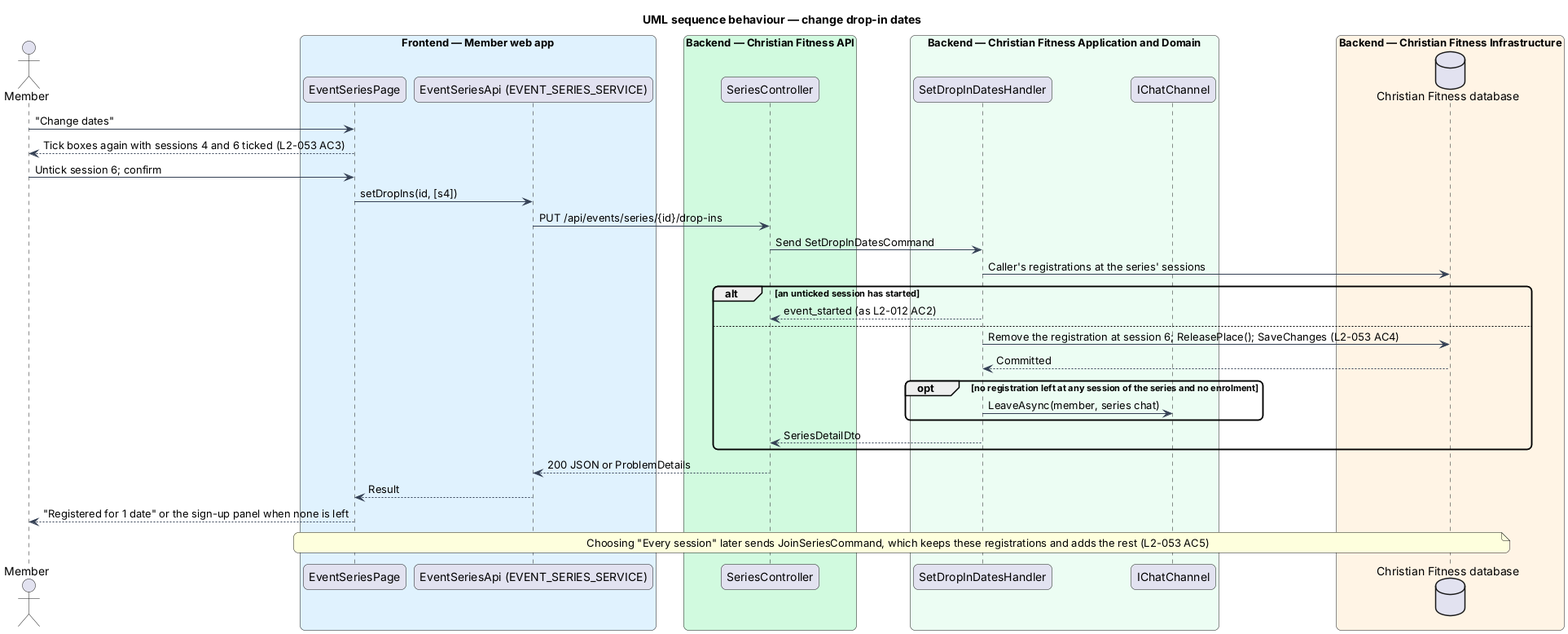
This is docs/detailed-designs/events/drop-in-on-series-dates/diagrams/sequence-change-dates.png from QuinntyneBrown/christian-fitness, a PlantUML export, as it was before one commit. Its diagram source:
```plantuml
@startuml
title UML sequence behaviour — change drop-in dates
skinparam backgroundColor #FFFFFF
skinparam shadowing false
skinparam roundcorner 12
skinparam defaultFontName Arial
skinparam ArrowColor #344054
actor "Member" as actor
box "Frontend — Member web app" #E0F2FE
  participant "EventSeriesPage" as page
  participant "EventSeriesApi (EVENT_SERIES_SERVICE)" as client
end box
box "Backend — Christian Fitness API" #D1FADF
  participant "SeriesController" as ctrl
end box
box "Backend — Christian Fitness Application and Domain" #ECFDF3
  participant "SetDropInDatesHandler" as h
  participant "IChatChannel" as chat
end box
box "Backend — Christian Fitness Infrastructure" #FFF4E5
  database "Christian Fitness database" as db
end box
actor -> page : "Change dates"
page --> actor : Tick boxes again with sessions 4 and 6 ticked (L2-053 AC3)
actor -> page : Untick session 6; confirm
page -> client : setDropIns(id, [s4])
client -> ctrl : PUT /api/events/series/{id}/drop-ins
ctrl -> h : Send SetDropInDatesCommand
h -> db : Caller's registrations at the series' sessions
alt an unticked session has started
  h --> ctrl : event_started (as L2-012 AC2)
else
  h -> db : Remove the registration at session 6; ReleasePlace(); SaveChanges (L2-053 AC4)
  db --> h : Committed
  opt no registration left at any session of the series and no enrolment
    h -> chat : LeaveAsync(member, series chat)
  end
  h --> ctrl : SeriesDetailDto
end
ctrl --> client : 200 JSON or ProblemDetails
client --> page : Result
page --> actor : "Registered for 1 date" or the sign-up panel when none is left
note over page, db : Choosing "Every session" later sends JoinSeriesCommand, which keeps these registrations and adds the rest (L2-053 AC5)
@enduml
```
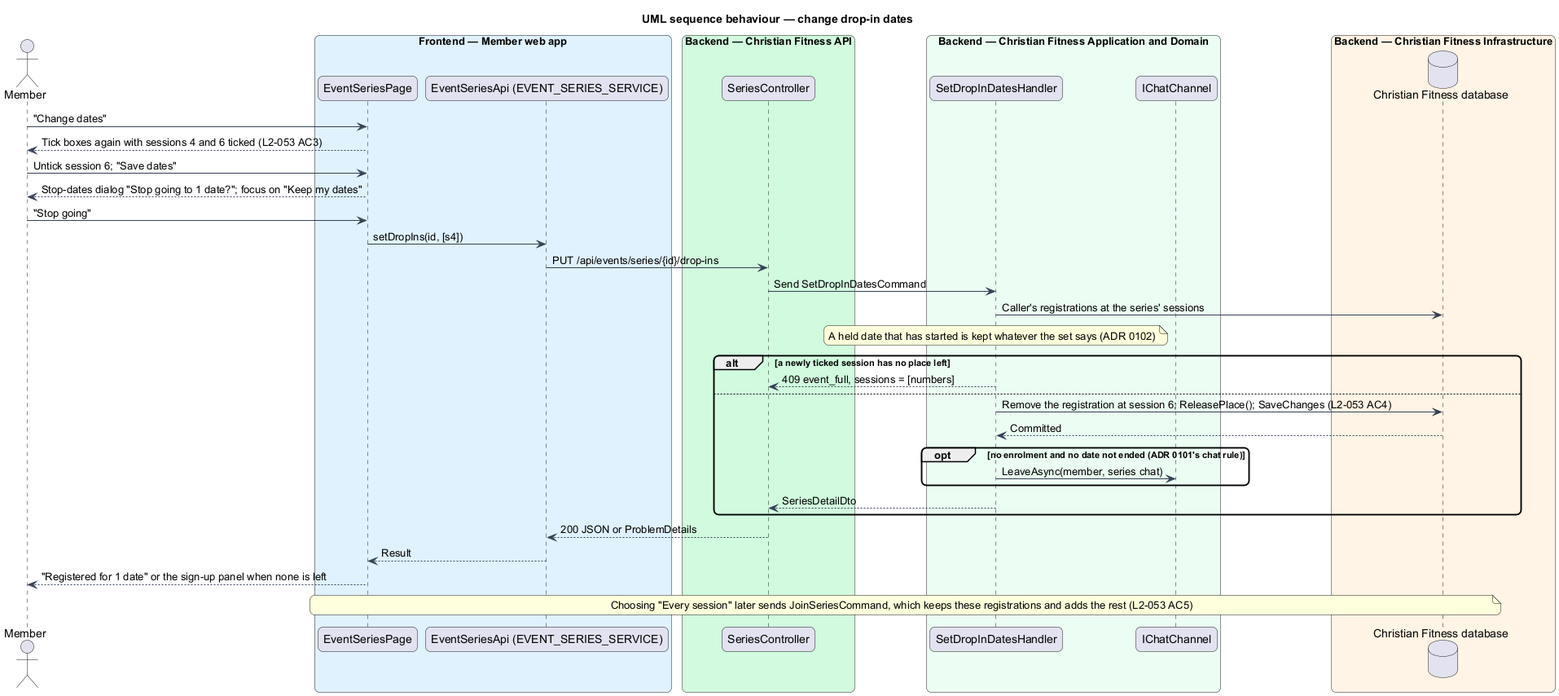
The same file after the commit.

What changed in the source:
```diff
@@ -22,17 +22,20 @@
 end box
 actor -> page : "Change dates"
 page --> actor : Tick boxes again with sessions 4 and 6 ticked (L2-053 AC3)
-actor -> page : Untick session 6; confirm
+actor -> page : Untick session 6; "Save dates"
+page --> actor : Stop-dates dialog "Stop going to 1 date?"; focus on "Keep my dates"
+actor -> page : "Stop going"
 page -> client : setDropIns(id, [s4])
 client -> ctrl : PUT /api/events/series/{id}/drop-ins
 ctrl -> h : Send SetDropInDatesCommand
 h -> db : Caller's registrations at the series' sessions
-alt an unticked session has started
-  h --> ctrl : event_started (as L2-012 AC2)
+note over h : A held date that has started is kept whatever the set says (ADR 0102)
+alt a newly ticked session has no place left
+  h --> ctrl : 409 event_full, sessions = [numbers]
 else
   h -> db : Remove the registration at session 6; ReleasePlace(); SaveChanges (L2-053 AC4)
   db --> h : Committed
-  opt no registration left at any session of the series and no enrolment
+  opt no enrolment and no date not ended (ADR 0101's chat rule)
     h -> chat : LeaveAsync(member, series chat)
   end
   h --> ctrl : SeriesDetailDto
```
